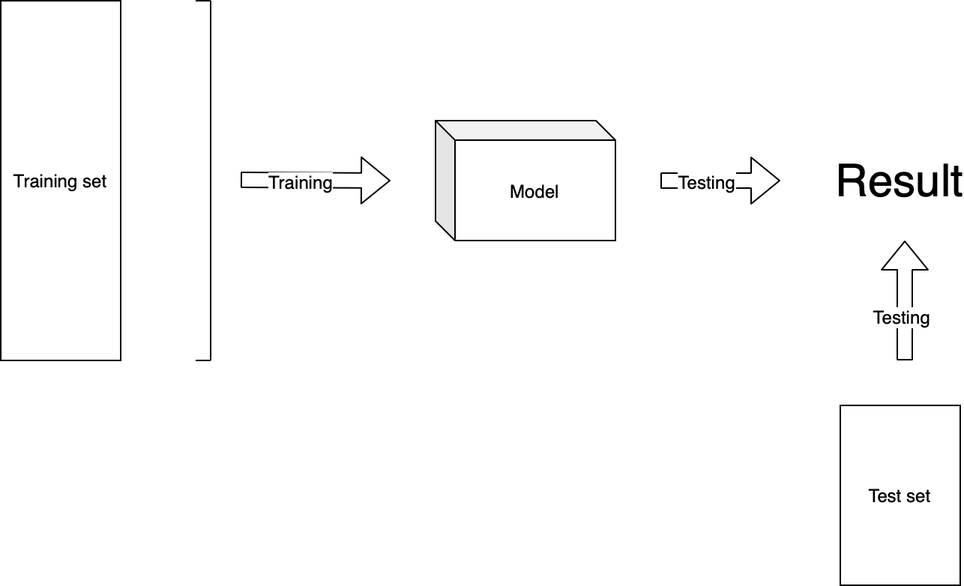
This is img/Training and Test.png from andrea7imo/DataSpacesThesis, a draw.io export, as it was before one commit. Source tidied: cells renumbered, new cells last; positions are measured from the earlier drawing's top-left corner, leaving out a move shared by most shapes. Its diagram source:
```xml
<mxGraphModel>
  <root>
    <mxCell id="0" />
    <mxCell id="1" parent="0" />
    <mxCell id="2" value="Training set" style="rounded=0;whiteSpace=wrap;html=1;" parent="1" vertex="1">
      <mxGeometry width="80" height="240" as="geometry" />
    </mxCell>
    <mxCell id="3" value="Test set" style="rounded=0;whiteSpace=wrap;html=1;" parent="1" vertex="1">
      <mxGeometry x="560" y="270" width="80" height="120" as="geometry" />
    </mxCell>
    <mxCell id="4" style="shape=flexArrow;endArrow=classic;html=1;" parent="1" edge="1">
      <mxGeometry relative="1" as="geometry">
        <mxPoint x="160" y="119.5" as="sourcePoint" />
        <mxPoint x="260" y="120" as="targetPoint" />
      </mxGeometry>
    </mxCell>
    <mxCell id="5" value="Training" style="text;html=1;align=center;verticalAlign=middle;labelBackgroundColor=#ffffff;" parent="4" vertex="1">
      <mxGeometry x="-0.15" y="-4" relative="1" as="geometry">
        <mxPoint x="-4" y="-3.7" as="offset" />
      </mxGeometry>
    </mxCell>
    <mxCell id="6" style="endArrow=none;html=1;" parent="1" edge="1">
      <mxGeometry relative="1" as="geometry">
        <mxPoint x="140" y="240" as="sourcePoint" />
        <mxPoint x="140" as="targetPoint" />
      </mxGeometry>
    </mxCell>
    <mxCell id="7" style="endArrow=none;html=1;" parent="1" edge="1">
      <mxGeometry relative="1" as="geometry">
        <mxPoint x="130" as="sourcePoint" />
        <mxPoint x="140" as="targetPoint" />
      </mxGeometry>
    </mxCell>
    <mxCell id="8" style="endArrow=none;html=1;" parent="1" edge="1">
      <mxGeometry relative="1" as="geometry">
        <mxPoint x="130" y="240" as="sourcePoint" />
        <mxPoint x="140" y="240" as="targetPoint" />
      </mxGeometry>
    </mxCell>
    <mxCell id="9" value="Model" style="shape=cube;whiteSpace=wrap;html=1;boundedLbl=1;backgroundOutline=1;darkOpacity=0.05;darkOpacity2=0.1;size=13;" parent="1" vertex="1">
      <mxGeometry x="290" y="80" width="120" height="80" as="geometry" />
    </mxCell>
    <mxCell id="10" style="shape=flexArrow;endArrow=classic;html=1;" parent="1" edge="1">
      <mxGeometry relative="1" as="geometry">
        <mxPoint x="440" y="120" as="sourcePoint" />
        <mxPoint x="520" y="120" as="targetPoint" />
      </mxGeometry>
    </mxCell>
    <mxCell id="11" value="Testing" style="text;html=1;align=center;verticalAlign=middle;labelBackgroundColor=#ffffff;" parent="10" vertex="1">
      <mxGeometry x="0.3" y="1" relative="1" as="geometry">
        <mxPoint x="-22" y="1" as="offset" />
      </mxGeometry>
    </mxCell>
    <mxCell id="12" value="&lt;font style=&quot;font-size: 30px&quot;&gt;Result&lt;/font&gt;" style="text;html=1;strokeColor=none;fillColor=none;align=center;verticalAlign=middle;whiteSpace=wrap;rounded=0;" parent="1" vertex="1">
      <mxGeometry x="580" y="110" width="40" height="20" as="geometry" />
    </mxCell>
    <mxCell id="13" style="shape=flexArrow;endArrow=classic;html=1;" parent="1" edge="1">
      <mxGeometry relative="1" as="geometry">
        <mxPoint x="603" y="240" as="sourcePoint" />
        <mxPoint x="603" y="160" as="targetPoint" />
      </mxGeometry>
    </mxCell>
    <mxCell id="14" value="Testing" style="text;html=1;align=center;verticalAlign=middle;labelBackgroundColor=#ffffff;" parent="13" vertex="1">
      <mxGeometry x="0.3" y="1" relative="1" as="geometry">
        <mxPoint x="-2" y="22" as="offset" />
      </mxGeometry>
    </mxCell>
  </root>
</mxGraphModel>
```
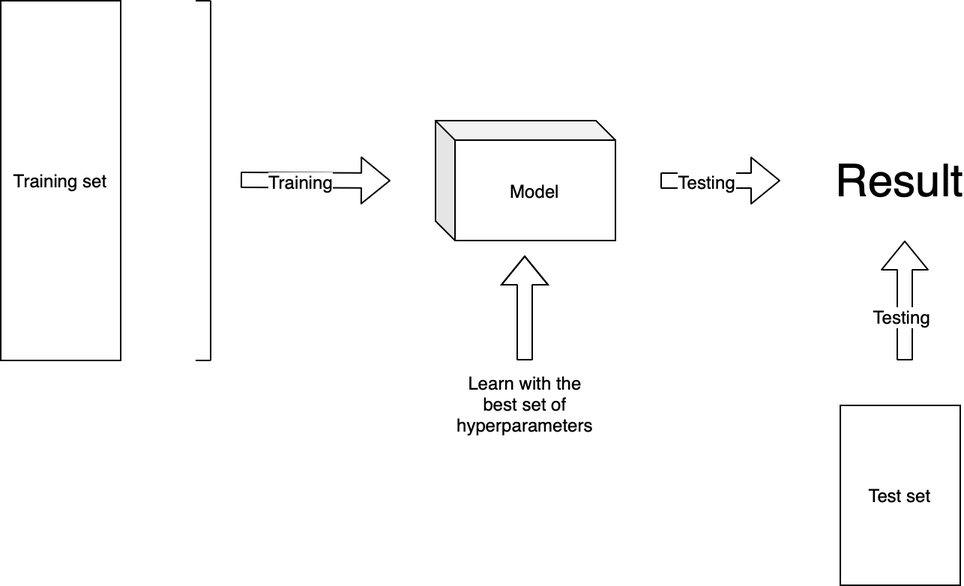
Above is the later version.

Change to the diagram source:
```diff
@@ -65,5 +65,17 @@
         <mxPoint x="-2" y="22" as="offset" />
       </mxGeometry>
     </mxCell>
+    <mxCell id="15" value="Learn with the best set of hyperparameters" style="text;html=1;strokeColor=none;fillColor=none;align=center;verticalAlign=middle;whiteSpace=wrap;rounded=0;" parent="1" vertex="1">
+      <mxGeometry x="310" y="240" width="80" height="57.5" as="geometry" />
+    </mxCell>
+    <mxCell id="16" style="shape=flexArrow;endArrow=classic;html=1;" parent="1" edge="1">
+      <mxGeometry relative="1" as="geometry">
+        <mxPoint x="349.5" y="240" as="sourcePoint" />
+        <mxPoint x="349.5" y="170" as="targetPoint" />
+        <Array as="points">
+          <mxPoint x="349.5" y="200" />
+        </Array>
+      </mxGeometry>
+    </mxCell>
   </root>
 </mxGraphModel>
```
